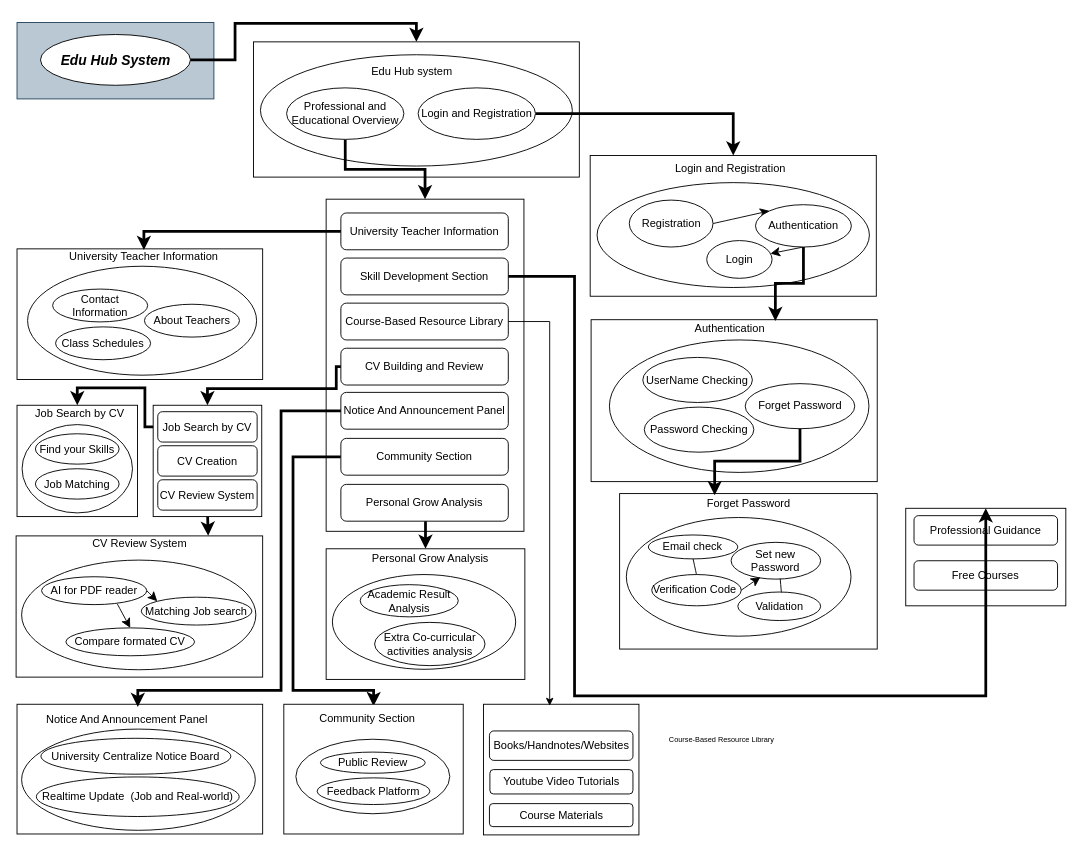
msahid-cse/Low-level-design keeps this draw.io diagram as Untitled Diagram.drawio. Above is the earlier version. Source tidied: cells renumbered, new cells numbered last; positions are measured from the earlier drawing's top-left corner, leaving out a move shared by most shapes. Both pictures are drawn from the tidied source at 92%, with x=0, y=0 at pixel (16, 22).
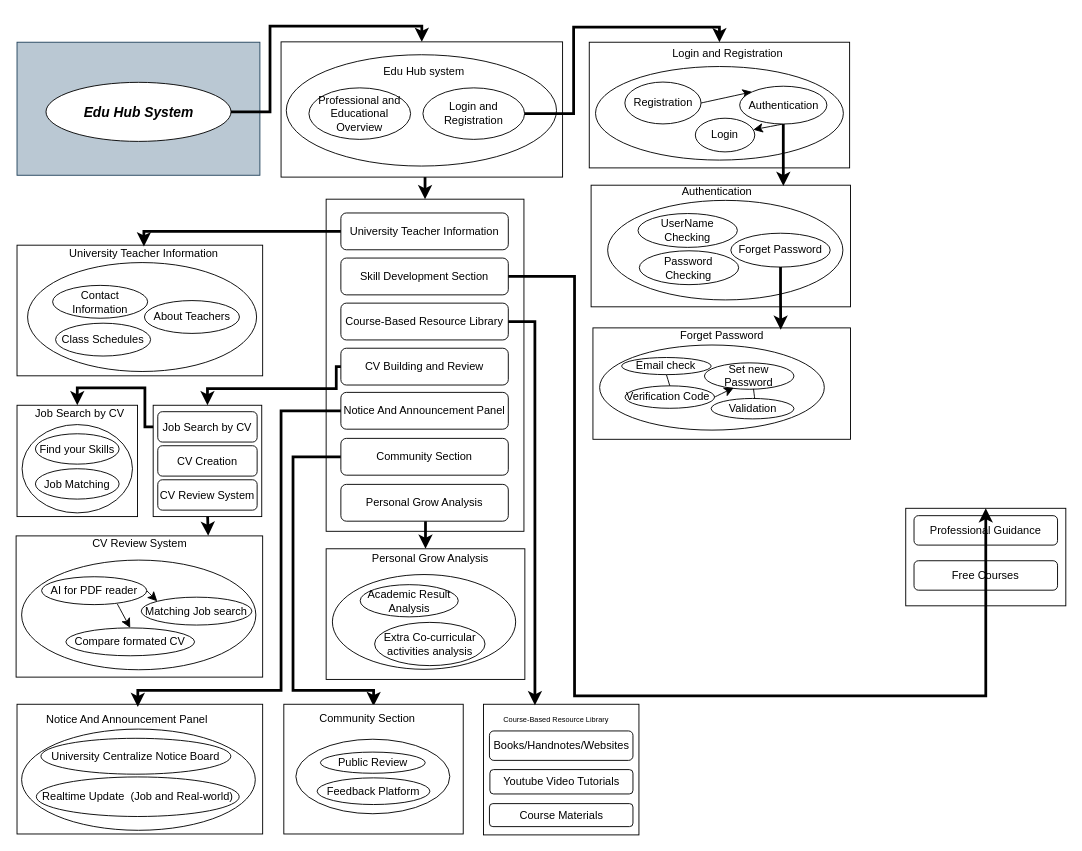
The same diagram, later.

Unchanged cells that the change refers to:
```xml
<mxCell id="47" style="rounded=0;whiteSpace=wrap;html=1;" parent="46" vertex="1">
  <mxGeometry width="174" height="106" as="geometry" />
</mxCell>
<mxCell id="82" value="Skill Development Section" style="rounded=1;whiteSpace=wrap;html=1;" parent="1" vertex="1">
  <mxGeometry x="353" y="256" width="182" height="40" as="geometry" />
</mxCell>
<mxCell id="83" value="Course-Based Resource Library" style="rounded=1;whiteSpace=wrap;html=1;" parent="1" vertex="1">
  <mxGeometry x="353" y="305" width="182" height="40" as="geometry" />
</mxCell>
<mxCell id="104" style="rounded=0;whiteSpace=wrap;html=1;" parent="1" vertex="1">
  <mxGeometry x="508" y="741" width="169" height="142" as="geometry" />
</mxCell>
```

What changed in the source:
```diff
@@
     <mxCell id="4" style="group;" parent="1" vertex="1">
-      <mxGeometry x="1" y="246" width="267" height="142" as="geometry" />
+      <mxGeometry x="1" y="242" width="267" height="142" as="geometry" />
     </mxCell>
@@
     <mxCell id="12" style="group;" parent="1" vertex="1">
-      <mxGeometry x="625" y="318" width="311" height="181" as="geometry" />
+      <mxGeometry x="625" y="173" width="282" height="136" as="geometry" />
     </mxCell>
     <mxCell id="13" style="whiteSpace=wrap;html=1;" parent="12" vertex="1">
-      <mxGeometry y="5" width="311" height="176" as="geometry" />
+      <mxGeometry y="3.8" width="282" height="132.2" as="geometry" />
     </mxCell>
     <mxCell id="14" style="ellipse;whiteSpace=wrap;html=1;" parent="12" vertex="1">
-      <mxGeometry x="19.9" y="27" width="282.1" height="144" as="geometry" />
+      <mxGeometry x="18" y="20.3" width="255.7" height="108.2" as="geometry" />
     </mxCell>
     <mxCell id="15" value="UserName Checking" style="ellipse;whiteSpace=wrap;html=1;" parent="12" vertex="1">
-      <mxGeometry x="56.2" y="46" width="119.1" height="49" as="geometry" />
+      <mxGeometry x="51" y="34.6" width="108" height="36.8" as="geometry" />
     </mxCell>
     <mxCell id="16" value="Password Checking" style="ellipse;whiteSpace=wrap;html=1;" parent="12" vertex="1">
-      <mxGeometry x="57.8" y="100" width="119.1" height="49" as="geometry" />
+      <mxGeometry x="52.4" y="75.1" width="108" height="36.8" as="geometry" />
     </mxCell>
     <mxCell id="17" value="Forget Password" style="ellipse;whiteSpace=wrap;html=1;" parent="12" vertex="1">
-      <mxGeometry x="167.5" y="74.5" width="119.1" height="49" as="geometry" />
+      <mxGeometry x="151.9" y="56" width="108" height="36.8" as="geometry" />
     </mxCell>
     <mxCell id="18" value="Authentication" style="text;html=1;align=center;verticalAlign=middle;whiteSpace=wrap;rounded=0;" parent="12" vertex="1">
-      <mxGeometry x="110" width="81.9" height="30" as="geometry" />
+      <mxGeometry x="99.8" width="74.2" height="22.5" as="geometry" />
     </mxCell>
     <mxCell id="19" style="group;" parent="1" vertex="1">
-      <mxGeometry x="656" y="508" width="280" height="173" as="geometry" />
+      <mxGeometry x="627" y="329" width="280" height="124" as="geometry" />
     </mxCell>
     <mxCell id="20" style="whiteSpace=wrap;html=1;" parent="19" vertex="1">
-      <mxGeometry y="4" width="280" height="169" as="geometry" />
+      <mxGeometry y="2.9" width="280" height="121.1" as="geometry" />
     </mxCell>
     <mxCell id="21" style="ellipse;whiteSpace=wrap;html=1;" parent="19" vertex="1">
-      <mxGeometry x="7.3" y="30" width="244.2" height="129" as="geometry" />
+      <mxGeometry x="7.3" y="21.5" width="244.2" height="92.5" as="geometry" />
     </mxCell>
     <mxCell id="22" value="Email check" style="ellipse;whiteSpace=wrap;html=1;" parent="19" vertex="1">
-      <mxGeometry x="31.2" y="49" width="97.3" height="26" as="geometry" />
+      <mxGeometry x="31.2" y="35.1" width="97.3" height="18.6" as="geometry" />
     </mxCell>
     <mxCell id="23" value="Verification Code&amp;nbsp;" style="ellipse;whiteSpace=wrap;html=1;" parent="19" vertex="1">
-      <mxGeometry x="34.9" y="92" width="97.3" height="34" as="geometry" />
+      <mxGeometry x="34.9" y="65.9" width="97.3" height="24.4" as="geometry" />
     </mxCell>
     <mxCell id="24" value="Set new Password" style="ellipse;whiteSpace=wrap;html=1;" parent="19" vertex="1">
-      <mxGeometry x="121.2" y="57" width="97.3" height="40" as="geometry" />
+      <mxGeometry x="121.2" y="40.9" width="97.3" height="28.7" as="geometry" />
     </mxCell>
     <mxCell id="25" value="Validation" style="ellipse;whiteSpace=wrap;html=1;" parent="19" vertex="1">
-      <mxGeometry x="128.5" y="111" width="90" height="31" as="geometry" />
+      <mxGeometry x="128.5" y="79.6" width="90" height="22.2" as="geometry" />
     </mxCell>
@@
     <mxCell id="29" value="Forget Password" style="text;html=1;align=center;verticalAlign=middle;whiteSpace=wrap;rounded=0;" parent="19" vertex="1">
-      <mxGeometry x="86.6" width="106.7" height="30" as="geometry" />
+      <mxGeometry x="86.6" width="106.7" height="21.5" as="geometry" />
     </mxCell>
-    <mxCell id="30" style="rounded=0;whiteSpace=wrap;html=1;" parent="1" vertex="1">
-      <mxGeometry x="624" y="144.5" width="311" height="153" as="geometry" />
-    </mxCell>
-    <mxCell id="31" style="ellipse;whiteSpace=wrap;html=1;" parent="1" vertex="1">
-      <mxGeometry x="631.5" y="174" width="296" height="114" as="geometry" />
-    </mxCell>
-    <mxCell id="32" value="Login" style="ellipse;whiteSpace=wrap;html=1;" parent="1" vertex="1">
-      <mxGeometry x="750.7" y="237" width="71" height="41" as="geometry" />
-    </mxCell>
-    <mxCell id="33" style="edgeStyle=none;curved=1;rounded=0;jettySize=auto;html=1;exitX=1;exitY=0.5;exitDx=0;exitDy=0;entryX=0;entryY=0;entryDx=0;entryDy=0;fontSize=12;startSize=8;endSize=8;" parent="1" edge="1" source="34" target="36">
-      <mxGeometry relative="1" as="geometry" />
-    </mxCell>
-    <mxCell id="34" value="Registration" style="ellipse;whiteSpace=wrap;html=1;" parent="1" vertex="1">
-      <mxGeometry x="666.5" y="193" width="91" height="51" as="geometry" />
-    </mxCell>
-    <mxCell id="35" style="edgeStyle=none;curved=1;rounded=0;jettySize=auto;html=1;exitX=0.5;exitY=1;exitDx=0;exitDy=0;fontSize=12;startSize=8;endSize=8;" parent="1" edge="1" source="36" target="32">
-      <mxGeometry relative="1" as="geometry" />
-    </mxCell>
-    <mxCell id="36" value="Authentication" style="ellipse;whiteSpace=wrap;html=1;" parent="1" vertex="1">
-      <mxGeometry x="803.7" y="198" width="104.2" height="46" as="geometry" />
-    </mxCell>
-    <mxCell id="37" value="Login and Registration&amp;nbsp;&amp;nbsp;" style="text;html=1;align=center;verticalAlign=middle;whiteSpace=wrap;rounded=0;" parent="1" vertex="1">
-      <mxGeometry x="714.5" y="144" width="130" height="30" as="geometry" />
-    </mxCell>
-    <mxCell id="38" style="rounded=0;whiteSpace=wrap;html=1;" parent="1" vertex="1">
-      <mxGeometry x="258" y="21" width="354.2" height="147" as="geometry" />
-    </mxCell>
-    <mxCell id="39" style="ellipse;whiteSpace=wrap;html=1;" parent="1" vertex="1">
-      <mxGeometry x="265.6" y="35" width="339" height="121" as="geometry" />
-    </mxCell>
@@
-    <mxCell id="41" value="Professional and Educational Overview" style="ellipse;whiteSpace=wrap;html=1;" parent="1" vertex="1">
-      <mxGeometry x="294" y="71" width="127.5" height="56" as="geometry" />
-    </mxCell>
-    <mxCell id="42" style="edgeStyle=none;curved=1;rounded=0;orthogonalLoop=1;jettySize=auto;html=1;exitX=1;exitY=1;exitDx=0;exitDy=0;fontSize=12;startSize=8;endSize=8;" parent="1" edge="1" source="38" target="38">
-      <mxGeometry relative="1" as="geometry" />
-    </mxCell>
-    <mxCell id="43" style="edgeStyle=orthogonalEdgeStyle;rounded=0;jettySize=auto;html=1;exitX=1;exitY=0.5;exitDx=0;exitDy=0;entryX=0.5;entryY=0;entryDx=0;entryDy=0;strokeWidth=3;" parent="1" edge="1" source="44" target="30">
-      <mxGeometry relative="1" as="geometry" />
-    </mxCell>
-    <mxCell id="44" value="Login and Registration" style="ellipse;whiteSpace=wrap;html=1;" parent="1" vertex="1">
-      <mxGeometry x="437" y="71" width="127.5" height="56" as="geometry" />
-    </mxCell>
-    <mxCell id="45" value="Edu Hub system" style="text;html=1;align=center;verticalAlign=middle;strokeColor=none;fillColor=none;" parent="1" vertex="1">
-      <mxGeometry x="377" y="40" width="106" height="26" as="geometry" />
-    </mxCell>
@@
-    <mxCell id="61" style="edgeStyle=orthogonalEdgeStyle;rounded=0;jettySize=auto;html=1;exitX=0.5;exitY=1;exitDx=0;exitDy=0;entryX=0.644;entryY=0.008;entryDx=0;entryDy=0;entryPerimeter=0;strokeWidth=3;" parent="1" edge="1" source="36" target="13">
-      <mxGeometry relative="1" as="geometry" />
-    </mxCell>
-    <mxCell id="62" style="edgeStyle=orthogonalEdgeStyle;rounded=0;jettySize=auto;html=1;exitX=0.5;exitY=1;exitDx=0;exitDy=0;entryX=0.369;entryY=0.011;entryDx=0;entryDy=0;entryPerimeter=0;strokeWidth=3;" parent="1" edge="1" source="17" target="20">
-      <mxGeometry relative="1" as="geometry" />
-    </mxCell>
     <mxCell id="63" style="group;" parent="1" vertex="1">
-      <mxGeometry x="1" width="214" height="83" as="geometry" />
+      <mxGeometry x="1" y="6" width="264" height="160" as="geometry" />
     </mxCell>
     <mxCell id="64" style="rounded=0;whiteSpace=wrap;html=1;fillColor=#bac8d3;strokeColor=#23445d;" parent="63" vertex="1">
-      <mxGeometry width="214" height="83" as="geometry" />
+      <mxGeometry y="15.4" width="264" height="144.6" as="geometry" />
     </mxCell>
     <mxCell id="65" value="&lt;font style=&quot;font-size: 15px;&quot;&gt;&lt;b&gt;&lt;i&gt;Edu Hub System&lt;/i&gt;&lt;/b&gt;&lt;/font&gt;" style="ellipse;whiteSpace=wrap;html=1;" parent="63" vertex="1">
-      <mxGeometry x="25.5" y="13" width="163" height="55.2" as="geometry" />
+      <mxGeometry x="31.5" y="59" width="201.1" height="64.2" as="geometry" />
     </mxCell>
-    <mxCell id="66" style="edgeStyle=orthogonalEdgeStyle;rounded=0;jettySize=auto;html=1;exitX=1;exitY=0.5;exitDx=0;exitDy=0;entryX=0.5;entryY=0;entryDx=0;entryDy=0;strokeWidth=3;" parent="1" edge="1" source="65" target="38">
-      <mxGeometry relative="1" as="geometry">
-        <Array as="points">
-          <mxPoint x="238" y="41" />
-          <mxPoint x="238" y="1" />
-          <mxPoint x="435" y="1" />
-        </Array>
-      </mxGeometry>
-    </mxCell>
@@
-    <mxCell id="109" style="edgeStyle=orthogonalEdgeStyle;rounded=0;jettySize=auto;html=1;exitX=1;exitY=0.5;exitDx=0;exitDy=0;entryX=0.5;entryY=0;entryDx=0;entryDy=0;strokeWidth=3;" parent="1" edge="1" source="82" target="47">
+    <mxCell id="109" style="edgeStyle=orthogonalEdgeStyle;rounded=0;jettySize=auto;html=1;exitX=1;exitY=0.5;exitDx=0;exitDy=0;entryX=0.5;entryY=0;entryDx=0;entryDy=0;strokeWidth=3;fontSize=4;" parent="1" edge="1" source="82" target="47">
       <mxGeometry relative="1" as="geometry">
         <Array as="points">
           <mxPoint x="607" y="276" />
           <mxPoint x="607" y="732" />
         </Array>
       </mxGeometry>
     </mxCell>
     <mxCell id="110" value="&lt;span style=&quot;color: rgb(0, 0, 0); font-family: Helvetica; font-style: normal; font-variant-ligatures: normal; font-variant-caps: normal; font-weight: 400; letter-spacing: normal; orphans: 2; text-align: center; text-indent: 0px; text-transform: none; widows: 2; word-spacing: 0px; -webkit-text-stroke-width: 0px; white-space: normal; background-color: rgb(255, 255, 255); text-decoration-thickness: initial; text-decoration-style: initial; text-decoration-color: initial; float: none; display: inline !important;&quot;&gt;Course-Based Resource Library&lt;/span&gt;" style="text;whiteSpace=wrap;html=1;fontSize=8;" parent="1" vertex="1">
-      <mxGeometry x="708" y="768" width="133.5" height="23" as="geometry" />
+      <mxGeometry x="528" y="747" width="133.5" height="23" as="geometry" />
     </mxCell>
-    <mxCell id="111" style="edgeStyle=orthogonalEdgeStyle;rounded=0;jettySize=auto;html=1;exitX=1;exitY=0.5;exitDx=0;exitDy=0;entryX=0.426;entryY=0.011;entryDx=0;entryDy=0;entryPerimeter=0;fontSize=17;" parent="1" edge="1" source="83" target="104">
+    <mxCell id="111" style="edgeStyle=orthogonalEdgeStyle;rounded=0;jettySize=auto;html=1;exitX=1;exitY=0.5;exitDx=0;exitDy=0;entryX=0.331;entryY=0.008;entryDx=0;entryDy=0;entryPerimeter=0;strokeWidth=3;" parent="1" edge="1" source="83" target="104">
       <mxGeometry relative="1" as="geometry" />
     </mxCell>
+    <mxCell id="112" style="group;" parent="1" vertex="1">
+      <mxGeometry x="623" y="21" width="283" height="137" as="geometry" />
+    </mxCell>
+    <mxCell id="30" style="rounded=0;whiteSpace=wrap;html=1;" parent="112" vertex="1">
+      <mxGeometry y="0.4" width="283" height="136.6" as="geometry" />
+    </mxCell>
+    <mxCell id="31" style="ellipse;whiteSpace=wrap;html=1;" parent="112" vertex="1">
+      <mxGeometry x="6.8" y="26.8" width="269.4" height="101.7" as="geometry" />
+    </mxCell>
+    <mxCell id="32" value="Login" style="ellipse;whiteSpace=wrap;html=1;" parent="112" vertex="1">
+      <mxGeometry x="115.3" y="83" width="64.6" height="36.6" as="geometry" />
+    </mxCell>
+    <mxCell id="33" style="edgeStyle=none;curved=1;rounded=0;jettySize=auto;html=1;exitX=1;exitY=0.5;exitDx=0;exitDy=0;entryX=0;entryY=0;entryDx=0;entryDy=0;fontSize=12;startSize=8;endSize=8;" parent="112" edge="1" source="34" target="36">
+      <mxGeometry relative="1" as="geometry" />
+    </mxCell>
+    <mxCell id="34" value="Registration" style="ellipse;whiteSpace=wrap;html=1;" parent="112" vertex="1">
+      <mxGeometry x="38.7" y="43.7" width="82.8" height="45.5" as="geometry" />
+    </mxCell>
+    <mxCell id="35" style="edgeStyle=none;curved=1;rounded=0;jettySize=auto;html=1;exitX=0.5;exitY=1;exitDx=0;exitDy=0;fontSize=12;startSize=8;endSize=8;" parent="112" edge="1" source="36" target="32">
+      <mxGeometry relative="1" as="geometry" />
+    </mxCell>
+    <mxCell id="36" value="Authentication" style="ellipse;whiteSpace=wrap;html=1;" parent="112" vertex="1">
+      <mxGeometry x="163.5" y="48.2" width="94.8" height="41.1" as="geometry" />
+    </mxCell>
+    <mxCell id="37" value="Login and Registration&amp;nbsp;&amp;nbsp;" style="text;html=1;align=center;verticalAlign=middle;whiteSpace=wrap;rounded=0;" parent="112" vertex="1">
+      <mxGeometry x="82.3" width="143.7" height="26.8" as="geometry" />
+    </mxCell>
+    <mxCell id="61" style="edgeStyle=orthogonalEdgeStyle;rounded=0;jettySize=auto;html=1;exitX=0.5;exitY=1;exitDx=0;exitDy=0;entryX=0.741;entryY=0.006;entryDx=0;entryDy=0;entryPerimeter=0;strokeWidth=3;" parent="1" edge="1" source="36" target="13">
+      <mxGeometry relative="1" as="geometry" />
+    </mxCell>
+    <mxCell id="62" style="edgeStyle=orthogonalEdgeStyle;rounded=0;jettySize=auto;html=1;exitX=0.5;exitY=1;exitDx=0;exitDy=0;entryX=0.729;entryY=0.016;entryDx=0;entryDy=0;entryPerimeter=0;strokeWidth=3;" parent="1" edge="1" source="17" target="20">
+      <mxGeometry relative="1" as="geometry" />
+    </mxCell>
+    <mxCell id="113" style="group;" parent="1" vertex="1">
+      <mxGeometry x="288" y="21" width="306" height="147" as="geometry" />
+    </mxCell>
+    <mxCell id="38" style="rounded=0;whiteSpace=wrap;html=1;" parent="113" vertex="1">
+      <mxGeometry width="306" height="147" as="geometry" />
+    </mxCell>
+    <mxCell id="39" style="ellipse;whiteSpace=wrap;html=1;" parent="113" vertex="1">
+      <mxGeometry x="5.7" y="14" width="293.7" height="121" as="geometry" />
+    </mxCell>
+    <mxCell id="41" value="Professional and Educational Overview" style="ellipse;whiteSpace=wrap;html=1;" parent="113" vertex="1">
+      <mxGeometry x="30.3" y="50" width="110.5" height="56" as="geometry" />
+    </mxCell>
+    <mxCell id="42" style="edgeStyle=none;curved=1;rounded=0;orthogonalLoop=1;jettySize=auto;html=1;exitX=1;exitY=1;exitDx=0;exitDy=0;fontSize=12;startSize=8;endSize=8;" parent="113" edge="1" source="38" target="38">
+      <mxGeometry relative="1" as="geometry" />
+    </mxCell>
+    <mxCell id="44" value="Login and Registration" style="ellipse;whiteSpace=wrap;html=1;" parent="113" vertex="1">
+      <mxGeometry x="154.2" y="50" width="110.5" height="56" as="geometry" />
+    </mxCell>
+    <mxCell id="45" value="Edu Hub system" style="text;html=1;align=center;verticalAlign=middle;strokeColor=none;fillColor=none;" parent="113" vertex="1">
+      <mxGeometry x="102.2" y="19" width="106" height="26" as="geometry" />
+    </mxCell>
+    <mxCell id="43" style="edgeStyle=orthogonalEdgeStyle;rounded=0;jettySize=auto;html=1;exitX=1;exitY=0.5;exitDx=0;exitDy=0;entryX=0.5;entryY=0;entryDx=0;entryDy=0;strokeWidth=3;" parent="1" edge="1" source="44" target="30">
+      <mxGeometry relative="1" as="geometry">
+        <Array as="points">
+          <mxPoint x="606" y="99" />
+          <mxPoint x="606" y="5" />
+          <mxPoint x="765" y="5" />
+        </Array>
+      </mxGeometry>
+    </mxCell>
+    <mxCell id="66" style="edgeStyle=orthogonalEdgeStyle;rounded=0;jettySize=auto;html=1;exitX=1;exitY=0.5;exitDx=0;exitDy=0;entryX=0.5;entryY=0;entryDx=0;entryDy=0;strokeWidth=3;" parent="1" edge="1" source="65" target="38">
+      <mxGeometry relative="1" as="geometry">
+        <Array as="points">
+          <mxPoint x="276" y="97" />
+          <mxPoint x="276" y="4" />
+          <mxPoint x="441" y="4" />
+        </Array>
+      </mxGeometry>
+    </mxCell>
```
